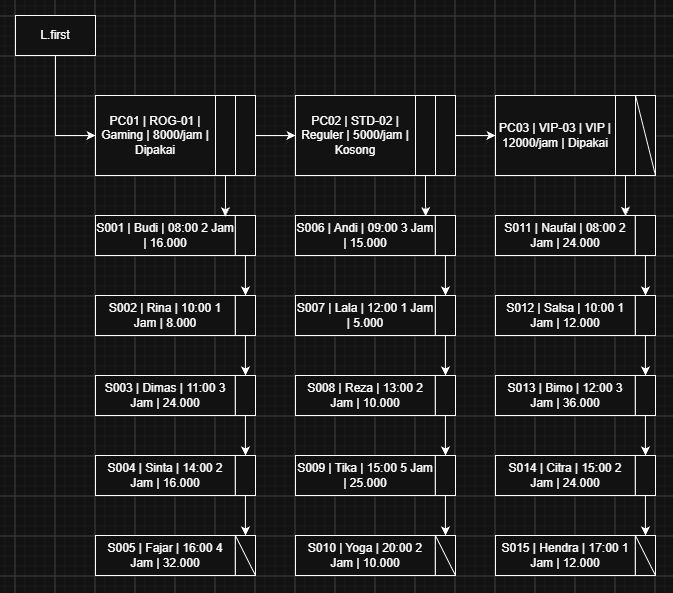
The draw.io diagram docs/Tubes STD - MLL - Warnet.png in AchmadTS/Tubes---MLL---Warnet, before a commit. Source tidied: cells renumbered, new cells last; positions are measured from the earlier drawing's top-left corner, leaving out a move shared by most shapes.
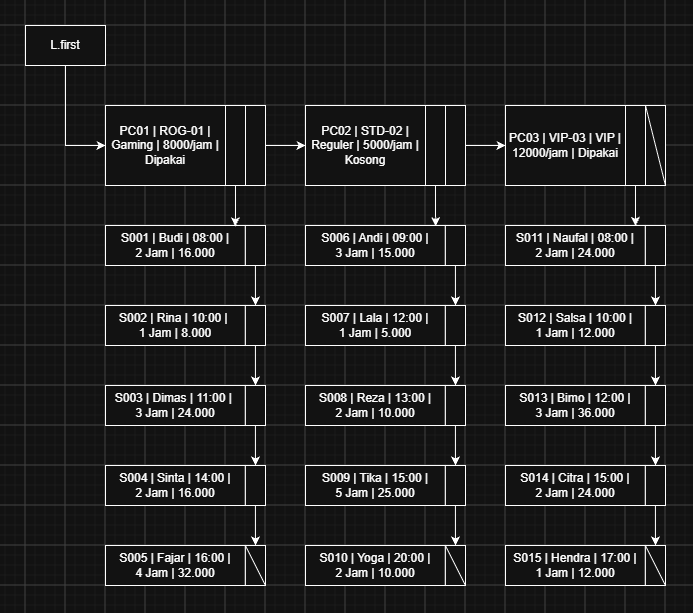
After the commit.

Commit message:
update: replace Tubes STD - MLL - Warnet image

Diff of the diagram source:
```diff
@@ -60,7 +60,7 @@
     <mxCell id="19" style="group;" parent="1" vertex="1">
       <mxGeometry x="80" y="200" width="160" height="40" as="geometry" />
     </mxCell>
-    <mxCell id="20" value="S001 | Budi | 08:00 2 Jam | 16.000" style="rounded=0;whiteSpace=wrap;html=1;" parent="19" vertex="1">
+    <mxCell id="20" value="S001 | Budi | 08:00 |&lt;div&gt;2 Jam | 16.000&lt;/div&gt;" style="rounded=0;whiteSpace=wrap;html=1;" parent="19" vertex="1">
       <mxGeometry width="139.9" height="40" as="geometry" />
     </mxCell>
     <mxCell id="21" style="rounded=0;whiteSpace=wrap;html=1;" parent="19" vertex="1">
@@ -72,7 +72,7 @@
     <mxCell id="23" style="group;" parent="1" vertex="1">
       <mxGeometry x="80" y="280" width="160" height="40" as="geometry" />
     </mxCell>
-    <mxCell id="24" value="S002 | Rina | 10:00 1 Jam | 8.000" style="rounded=0;whiteSpace=wrap;html=1;" parent="23" vertex="1">
+    <mxCell id="24" value="S002 | Rina | 10:00 |&amp;nbsp;&lt;div&gt;1 Jam | 8.000&lt;/div&gt;" style="rounded=0;whiteSpace=wrap;html=1;" parent="23" vertex="1">
       <mxGeometry width="139.9" height="40" as="geometry" />
     </mxCell>
     <mxCell id="25" style="rounded=0;whiteSpace=wrap;html=1;" parent="23" vertex="1">
@@ -84,7 +84,7 @@
     <mxCell id="27" style="group;" parent="1" vertex="1">
       <mxGeometry x="80" y="360" width="160" height="40" as="geometry" />
     </mxCell>
-    <mxCell id="28" value="S003 | Dimas | 11:00 3 Jam | 24.000" style="rounded=0;whiteSpace=wrap;html=1;" parent="27" vertex="1">
+    <mxCell id="28" value="S003 | Dimas | 11:00 |&amp;nbsp;&lt;div&gt;3 Jam | 24.000&lt;/div&gt;" style="rounded=0;whiteSpace=wrap;html=1;" parent="27" vertex="1">
       <mxGeometry width="139.9" height="40" as="geometry" />
     </mxCell>
     <mxCell id="29" style="rounded=0;whiteSpace=wrap;html=1;" parent="27" vertex="1">
@@ -96,7 +96,7 @@
     <mxCell id="31" style="group;" parent="1" vertex="1">
       <mxGeometry x="80" y="440" width="160" height="40" as="geometry" />
     </mxCell>
-    <mxCell id="32" value="S004 | Sinta | 14:00 2 Jam | 16.000" style="rounded=0;whiteSpace=wrap;html=1;" parent="31" vertex="1">
+    <mxCell id="32" value="S004 | Sinta | 14:00 |&lt;div&gt;2 Jam | 16.000&lt;/div&gt;" style="rounded=0;whiteSpace=wrap;html=1;" parent="31" vertex="1">
       <mxGeometry width="139.9" height="40" as="geometry" />
     </mxCell>
     <mxCell id="33" style="rounded=0;whiteSpace=wrap;html=1;" parent="31" vertex="1">
@@ -108,7 +108,7 @@
     <mxCell id="35" style="group;" parent="1" vertex="1">
       <mxGeometry x="80" y="520" width="160" height="40" as="geometry" />
     </mxCell>
-    <mxCell id="36" value="S005 | Fajar | 16:00 4 Jam | 32.000" style="rounded=0;whiteSpace=wrap;html=1;" parent="35" vertex="1">
+    <mxCell id="36" value="S005 | Fajar | 16:00 |&lt;div&gt;4 Jam | 32.000&lt;/div&gt;" style="rounded=0;whiteSpace=wrap;html=1;" parent="35" vertex="1">
       <mxGeometry width="139.9" height="40" as="geometry" />
     </mxCell>
     <mxCell id="37" style="rounded=0;whiteSpace=wrap;html=1;" parent="35" vertex="1">
@@ -123,7 +123,7 @@
     <mxCell id="40" style="group;" parent="1" vertex="1">
       <mxGeometry x="280" y="200" width="160" height="40" as="geometry" />
     </mxCell>
-    <mxCell id="41" value="S006 | Andi | 09:00 3 Jam | 15.000" style="rounded=0;whiteSpace=wrap;html=1;" parent="40" vertex="1">
+    <mxCell id="41" value="S006 | Andi | 09:00 |&lt;div&gt;3 Jam | 15.000&lt;/div&gt;" style="rounded=0;whiteSpace=wrap;html=1;" parent="40" vertex="1">
       <mxGeometry width="139.9" height="40" as="geometry" />
     </mxCell>
     <mxCell id="42" style="rounded=0;whiteSpace=wrap;html=1;" parent="40" vertex="1">
@@ -132,7 +132,7 @@
     <mxCell id="43" style="group;" parent="1" vertex="1">
       <mxGeometry x="280" y="280" width="160" height="40" as="geometry" />
     </mxCell>
-    <mxCell id="44" value="S007 | Lala | 12:00 1 Jam | 5.000" style="rounded=0;whiteSpace=wrap;html=1;" parent="43" vertex="1">
+    <mxCell id="44" value="S007 | Lala | 12:00 |&lt;div&gt;1 Jam | 5.000&lt;/div&gt;" style="rounded=0;whiteSpace=wrap;html=1;" parent="43" vertex="1">
       <mxGeometry width="139.9" height="40" as="geometry" />
     </mxCell>
     <mxCell id="45" style="rounded=0;whiteSpace=wrap;html=1;" parent="43" vertex="1">
@@ -144,7 +144,7 @@
     <mxCell id="47" style="group;" parent="1" vertex="1">
       <mxGeometry x="280" y="360" width="160" height="40" as="geometry" />
     </mxCell>
-    <mxCell id="48" value="S008 | Reza | 13:00 2 Jam | 10.000" style="rounded=0;whiteSpace=wrap;html=1;" parent="47" vertex="1">
+    <mxCell id="48" value="S008 | Reza | 13:00 |&lt;div&gt;2 Jam | 10.000&lt;/div&gt;" style="rounded=0;whiteSpace=wrap;html=1;" parent="47" vertex="1">
       <mxGeometry width="139.9" height="40" as="geometry" />
     </mxCell>
     <mxCell id="49" style="rounded=0;whiteSpace=wrap;html=1;" parent="47" vertex="1">
@@ -156,7 +156,7 @@
     <mxCell id="51" style="group;" parent="1" vertex="1">
       <mxGeometry x="280" y="440" width="160" height="40" as="geometry" />
     </mxCell>
-    <mxCell id="52" value="S009 | Tika | 15:00 5 Jam | 25.000" style="rounded=0;whiteSpace=wrap;html=1;" parent="51" vertex="1">
+    <mxCell id="52" value="S009 | Tika | 15:00 |&lt;div&gt;5 Jam | 25.000&lt;/div&gt;" style="rounded=0;whiteSpace=wrap;html=1;" parent="51" vertex="1">
       <mxGeometry width="139.9" height="40" as="geometry" />
     </mxCell>
     <mxCell id="53" style="rounded=0;whiteSpace=wrap;html=1;" parent="51" vertex="1">
@@ -168,7 +168,7 @@
     <mxCell id="55" style="group;" parent="1" vertex="1">
       <mxGeometry x="280" y="520" width="160" height="40" as="geometry" />
     </mxCell>
-    <mxCell id="56" value="S010 | Yoga | 20:00 2 Jam | 10.000" style="rounded=0;whiteSpace=wrap;html=1;" parent="55" vertex="1">
+    <mxCell id="56" value="S010 | Yoga | 20:00 |&lt;div&gt;2 Jam | 10.000&lt;/div&gt;" style="rounded=0;whiteSpace=wrap;html=1;" parent="55" vertex="1">
       <mxGeometry width="139.9" height="40" as="geometry" />
     </mxCell>
     <mxCell id="57" style="rounded=0;whiteSpace=wrap;html=1;" parent="55" vertex="1">
@@ -186,7 +186,7 @@
     <mxCell id="61" style="group;" parent="1" vertex="1">
       <mxGeometry x="480" y="200" width="160" height="40" as="geometry" />
     </mxCell>
-    <mxCell id="62" value="S011 | Naufal | 08:00 2 Jam | 24.000" style="rounded=0;whiteSpace=wrap;html=1;" parent="61" vertex="1">
+    <mxCell id="62" value="S011 | Naufal | 08:00 |&lt;div&gt;2 Jam | 24.000&lt;/div&gt;" style="rounded=0;whiteSpace=wrap;html=1;" parent="61" vertex="1">
       <mxGeometry width="139.9" height="40" as="geometry" />
     </mxCell>
     <mxCell id="63" style="rounded=0;whiteSpace=wrap;html=1;" parent="61" vertex="1">
@@ -195,7 +195,7 @@
     <mxCell id="64" style="group;" parent="1" vertex="1">
       <mxGeometry x="480" y="280" width="160" height="40" as="geometry" />
     </mxCell>
-    <mxCell id="65" value="S012 | Salsa | 10:00 1 Jam | 12.000" style="rounded=0;whiteSpace=wrap;html=1;" parent="64" vertex="1">
+    <mxCell id="65" value="S012 | Salsa | 10:00 |&lt;div&gt;1 Jam | 12.000&lt;/div&gt;" style="rounded=0;whiteSpace=wrap;html=1;" parent="64" vertex="1">
       <mxGeometry width="139.9" height="40" as="geometry" />
     </mxCell>
     <mxCell id="66" style="rounded=0;whiteSpace=wrap;html=1;" parent="64" vertex="1">
@@ -207,7 +207,7 @@
     <mxCell id="68" style="group;" parent="1" vertex="1">
       <mxGeometry x="480" y="360" width="160" height="40" as="geometry" />
     </mxCell>
-    <mxCell id="69" value="S013 | Bimo | 12:00 3 Jam | 36.000" style="rounded=0;whiteSpace=wrap;html=1;" parent="68" vertex="1">
+    <mxCell id="69" value="S013 | Bimo | 12:00 |&lt;div&gt;3 Jam | 36.000&lt;/div&gt;" style="rounded=0;whiteSpace=wrap;html=1;" parent="68" vertex="1">
       <mxGeometry width="139.9" height="40" as="geometry" />
     </mxCell>
     <mxCell id="70" style="rounded=0;whiteSpace=wrap;html=1;" parent="68" vertex="1">
@@ -219,7 +219,7 @@
     <mxCell id="72" style="group;" parent="1" vertex="1">
       <mxGeometry x="480" y="440" width="160" height="40" as="geometry" />
     </mxCell>
-    <mxCell id="73" value="S014 | Citra | 15:00 2 Jam | 24.000" style="rounded=0;whiteSpace=wrap;html=1;" parent="72" vertex="1">
+    <mxCell id="73" value="S014 | Citra | 15:00 |&lt;div&gt;2 Jam | 24.000&lt;/div&gt;" style="rounded=0;whiteSpace=wrap;html=1;" parent="72" vertex="1">
       <mxGeometry width="139.9" height="40" as="geometry" />
     </mxCell>
     <mxCell id="74" style="rounded=0;whiteSpace=wrap;html=1;" parent="72" vertex="1">
@@ -231,7 +231,7 @@
     <mxCell id="76" style="group;" parent="1" vertex="1">
       <mxGeometry x="480" y="520" width="160" height="40" as="geometry" />
     </mxCell>
-    <mxCell id="77" value="S015 | Hendra | 17:00 1 Jam | 12.000" style="rounded=0;whiteSpace=wrap;html=1;" parent="76" vertex="1">
+    <mxCell id="77" value="S015 | Hendra | 17:00 |&lt;div&gt;1 Jam | 12.000&lt;/div&gt;" style="rounded=0;whiteSpace=wrap;html=1;" parent="76" vertex="1">
       <mxGeometry width="139.9" height="40" as="geometry" />
     </mxCell>
     <mxCell id="78" style="rounded=0;whiteSpace=wrap;html=1;" parent="76" vertex="1">
```
